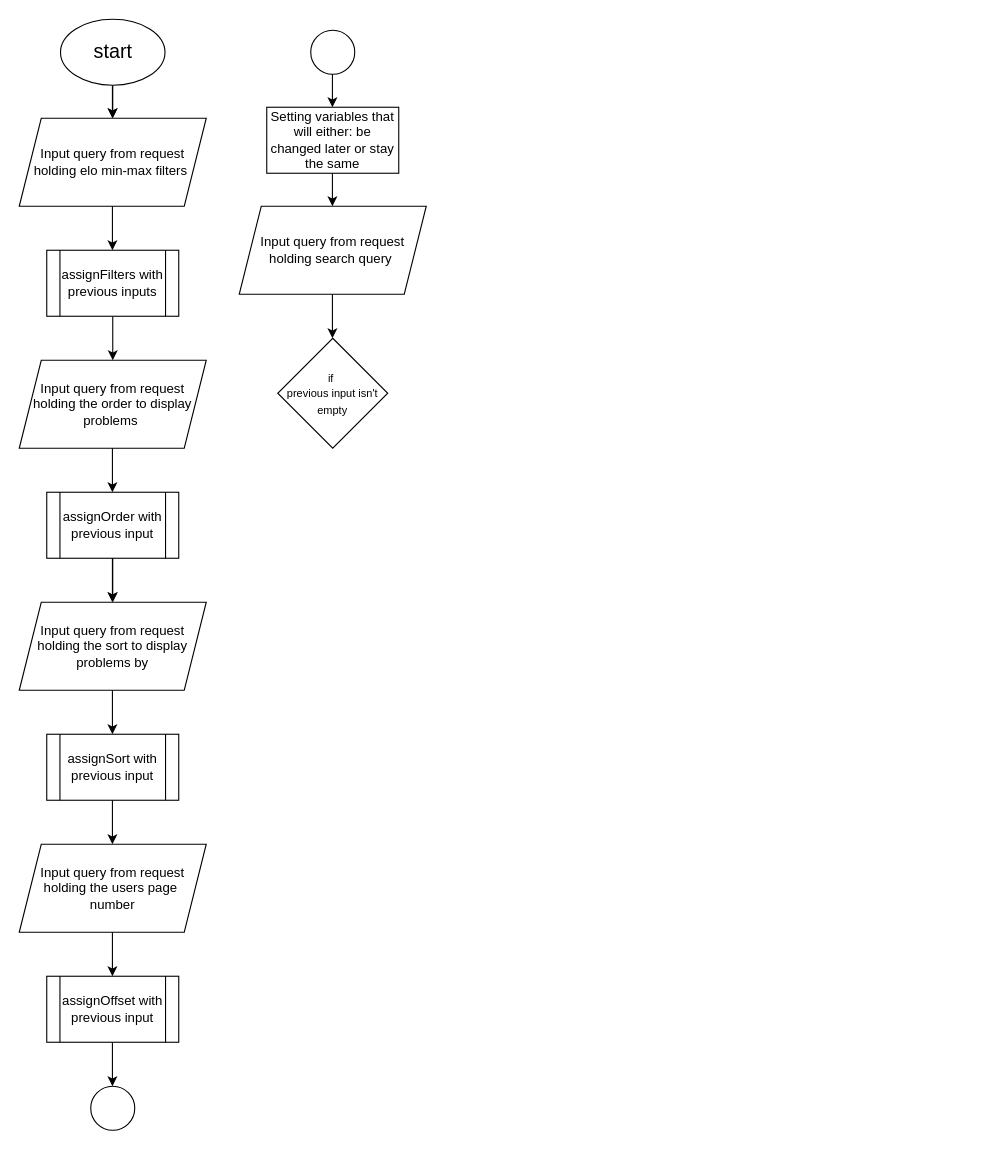
Before: docs/search_flowchart.drawio in c6rg0/NEA, a draw.io diagram. Source tidied: cells renumbered, new cells numbered last; positions are measured from the earlier drawing's top-left corner, leaving out a move shared by most shapes. Both pictures are drawn from the tidied source at 110%, with x=0, y=0 at pixel (19, 19).
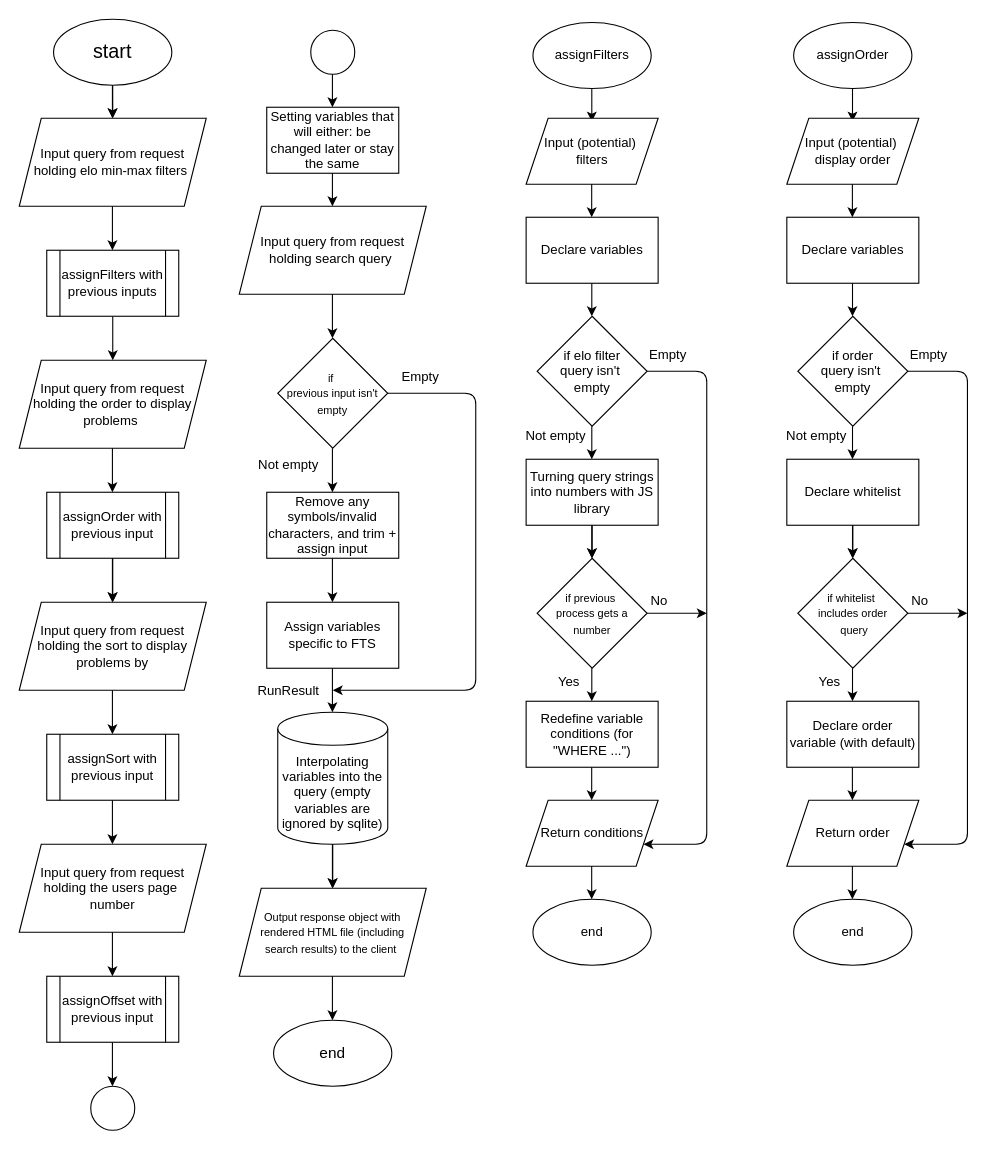
The same page after the edit.

Commit message (it also covers changes not shown here):
+Incomplete search flowchart (also outdated) and documentation. Fully functionized search.route (before it had an if loop in the main branch of logic.

The change refers to these unchanged cells:
```xml
<mxCell id="29" value="&lt;div&gt;&lt;font style=&quot;font-size: 10px;&quot;&gt;if&amp;nbsp;&lt;/font&gt;&lt;/div&gt;&lt;div&gt;&lt;font style=&quot;font-size: 10px;&quot;&gt;previous input isn't empty&lt;/font&gt;&lt;/div&gt;" style="rhombus;whiteSpace=wrap;html=1;" parent="1" vertex="1">
  <mxGeometry x="235" y="290" width="100" height="100" as="geometry" />
</mxCell>
```

Change to the diagram source:
```diff
@@
     <mxCell id="4" value="&lt;font style=&quot;font-size: 18px;&quot;&gt;start&lt;/font&gt;" style="ellipse;whiteSpace=wrap;html=1;" parent="1" vertex="1">
-      <mxGeometry x="37.5" width="95" height="60" as="geometry" />
+      <mxGeometry x="31.2" width="107.5" height="60" as="geometry" />
     </mxCell>
@@
+    <mxCell id="30" style="edgeStyle=orthogonalEdgeStyle;rounded=1;jettySize=auto;html=1;exitX=1;exitY=0.5;exitDx=0;exitDy=0;curved=0;" parent="1" edge="1" source="29">
+      <mxGeometry relative="1" as="geometry">
+        <mxPoint x="285" y="610" as="targetPoint" />
+        <Array as="points">
+          <mxPoint x="415" y="340" />
+        </Array>
+      </mxGeometry>
+    </mxCell>
@@
+    <mxCell id="31" style="edgeStyle=orthogonalEdgeStyle;rounded=0;orthogonalLoop=1;jettySize=auto;html=1;" parent="1" edge="1">
+      <mxGeometry relative="1" as="geometry">
+        <mxPoint x="284.7" y="390" as="sourcePoint" />
+        <mxPoint x="284.7" y="430" as="targetPoint" />
+        <Array as="points">
+          <mxPoint x="284.7" y="414" />
+          <mxPoint x="284.7" y="414" />
+        </Array>
+      </mxGeometry>
+    </mxCell>
+    <mxCell id="32" value="Remove any symbols/invalid characters, and trim + assign input" style="rounded=0;whiteSpace=wrap;html=1;" parent="1" vertex="1">
+      <mxGeometry x="225" y="430" width="120" height="60" as="geometry" />
+    </mxCell>
+    <mxCell id="33" style="edgeStyle=orthogonalEdgeStyle;rounded=0;orthogonalLoop=1;jettySize=auto;html=1;" parent="1" edge="1">
+      <mxGeometry relative="1" as="geometry">
+        <mxPoint x="284.7" y="490" as="sourcePoint" />
+        <mxPoint x="284.7" y="530" as="targetPoint" />
+        <Array as="points">
+          <mxPoint x="284.7" y="514" />
+          <mxPoint x="284.7" y="514" />
+        </Array>
+      </mxGeometry>
+    </mxCell>
+    <mxCell id="34" value="Assign variables specific to FTS" style="rounded=0;whiteSpace=wrap;html=1;" parent="1" vertex="1">
+      <mxGeometry x="225" y="530" width="120" height="60" as="geometry" />
+    </mxCell>
+    <mxCell id="35" style="edgeStyle=orthogonalEdgeStyle;rounded=0;orthogonalLoop=1;jettySize=auto;html=1;" parent="1" edge="1">
+      <mxGeometry relative="1" as="geometry">
+        <mxPoint x="284.7" y="590" as="sourcePoint" />
+        <mxPoint x="284.7" y="630" as="targetPoint" />
+        <Array as="points">
+          <mxPoint x="284.7" y="614" />
+          <mxPoint x="284.7" y="614" />
+        </Array>
+      </mxGeometry>
+    </mxCell>
+    <mxCell id="36" style="edgeStyle=orthogonalEdgeStyle;rounded=0;jettySize=auto;html=1;" parent="1" edge="1" source="37" target="42">
+      <mxGeometry relative="1" as="geometry" />
+    </mxCell>
+    <mxCell id="37" value="Interpolating variables into the query (empty variables are ignored by sqlite)" style="shape=cylinder3;whiteSpace=wrap;html=1;boundedLbl=1;backgroundOutline=1;size=15;" parent="1" vertex="1">
+      <mxGeometry x="235" y="630" width="100" height="120" as="geometry" />
+    </mxCell>
+    <mxCell id="38" value="Not empty" style="text;html=1;whiteSpace=wrap;strokeColor=none;fillColor=none;align=center;verticalAlign=middle;rounded=0;" parent="1" vertex="1">
+      <mxGeometry x="215" y="390" width="60" height="30" as="geometry" />
+    </mxCell>
+    <mxCell id="39" value="Empty" style="text;html=1;whiteSpace=wrap;strokeColor=none;fillColor=none;align=center;verticalAlign=middle;rounded=0;" parent="1" vertex="1">
+      <mxGeometry x="335" y="310" width="60" height="30" as="geometry" />
+    </mxCell>
+    <mxCell id="40" value="RunResult" style="text;html=1;whiteSpace=wrap;strokeColor=none;fillColor=none;align=center;verticalAlign=middle;rounded=0;" parent="1" vertex="1">
+      <mxGeometry x="215" y="596" width="60" height="30" as="geometry" />
+    </mxCell>
+    <mxCell id="41" style="edgeStyle=orthogonalEdgeStyle;rounded=0;orthogonalLoop=1;jettySize=auto;html=1;" parent="1" edge="1">
+      <mxGeometry relative="1" as="geometry">
+        <mxPoint x="284.7" y="750" as="sourcePoint" />
+        <mxPoint x="284.7" y="790" as="targetPoint" />
+        <Array as="points">
+          <mxPoint x="284.7" y="774" />
+          <mxPoint x="284.7" y="774" />
+        </Array>
+      </mxGeometry>
+    </mxCell>
+    <mxCell id="42" value="&lt;div&gt;&lt;font style=&quot;font-size: 10px;&quot;&gt;Output response object with&lt;/font&gt;&lt;/div&gt;&lt;div&gt;&lt;font style=&quot;font-size: 10px;&quot;&gt;&amp;nbsp;rendered HTML file (including&amp;nbsp;&lt;/font&gt;&lt;/div&gt;&lt;div&gt;&lt;font style=&quot;font-size: 10px;&quot;&gt;search results) to the client&amp;nbsp;&lt;/font&gt;&lt;/div&gt;" style="shape=parallelogram;perimeter=parallelogramPerimeter;whiteSpace=wrap;html=1;fixedSize=1;" parent="1" vertex="1">
+      <mxGeometry x="200" y="790" width="170" height="80" as="geometry" />
+    </mxCell>
+    <mxCell id="43" style="edgeStyle=orthogonalEdgeStyle;rounded=0;orthogonalLoop=1;jettySize=auto;html=1;" parent="1" edge="1">
+      <mxGeometry relative="1" as="geometry">
+        <mxPoint x="284.7" y="870" as="sourcePoint" />
+        <mxPoint x="284.7" y="910" as="targetPoint" />
+        <Array as="points">
+          <mxPoint x="284.7" y="894" />
+          <mxPoint x="284.7" y="894" />
+        </Array>
+      </mxGeometry>
+    </mxCell>
+    <mxCell id="44" value="assignFilters" style="ellipse;whiteSpace=wrap;html=1;" parent="1" vertex="1">
+      <mxGeometry x="467" y="3" width="107.5" height="60" as="geometry" />
+    </mxCell>
+    <mxCell id="45" value="&lt;font style=&quot;font-size: 14px;&quot;&gt;end&lt;/font&gt;" style="ellipse;whiteSpace=wrap;html=1;" parent="1" vertex="1">
+      <mxGeometry x="231.2" y="910" width="107.5" height="60" as="geometry" />
+    </mxCell>
+    <mxCell id="46" style="edgeStyle=orthogonalEdgeStyle;rounded=0;orthogonalLoop=1;jettySize=auto;html=1;" parent="1" edge="1">
+      <mxGeometry relative="1" as="geometry">
+        <mxPoint x="520.5" y="63" as="sourcePoint" />
+        <mxPoint x="520.5" y="93" as="targetPoint" />
+      </mxGeometry>
+    </mxCell>
+    <mxCell id="47" value="Declare variables" style="rounded=0;whiteSpace=wrap;html=1;" parent="1" vertex="1">
+      <mxGeometry x="460.8" y="180" width="120" height="60" as="geometry" />
+    </mxCell>
+    <mxCell id="48" style="edgeStyle=orthogonalEdgeStyle;rounded=0;orthogonalLoop=1;jettySize=auto;html=1;" parent="1" edge="1">
+      <mxGeometry relative="1" as="geometry">
+        <mxPoint x="520.5" y="240" as="sourcePoint" />
+        <mxPoint x="520.5" y="270" as="targetPoint" />
+      </mxGeometry>
+    </mxCell>
+    <mxCell id="49" style="edgeStyle=orthogonalEdgeStyle;rounded=1;jettySize=auto;html=1;curved=0;" parent="1" edge="1" source="50" target="66">
+      <mxGeometry relative="1" as="geometry">
+        <Array as="points">
+          <mxPoint x="625" y="320" />
+          <mxPoint x="625" y="750" />
+        </Array>
+      </mxGeometry>
+    </mxCell>
+    <mxCell id="50" value="&lt;div&gt;if elo filter&lt;/div&gt;&lt;div&gt;query isn't&amp;nbsp;&lt;/div&gt;&lt;div&gt;empty&lt;/div&gt;" style="rhombus;whiteSpace=wrap;html=1;" parent="1" vertex="1">
+      <mxGeometry x="470.8" y="270" width="100" height="100" as="geometry" />
+    </mxCell>
+    <mxCell id="51" style="edgeStyle=orthogonalEdgeStyle;rounded=0;orthogonalLoop=1;jettySize=auto;html=1;" parent="1" edge="1">
+      <mxGeometry relative="1" as="geometry">
+        <mxPoint x="520.5" y="370" as="sourcePoint" />
+        <mxPoint x="520.5" y="400" as="targetPoint" />
+      </mxGeometry>
+    </mxCell>
+    <mxCell id="52" style="edgeStyle=orthogonalEdgeStyle;rounded=0;jettySize=auto;html=1;" parent="1" edge="1" source="53" target="55">
+      <mxGeometry relative="1" as="geometry" />
+    </mxCell>
+    <mxCell id="53" value="Turning query strings into numbers with JS library" style="rounded=0;whiteSpace=wrap;html=1;" parent="1" vertex="1">
+      <mxGeometry x="460.8" y="400" width="120" height="60" as="geometry" />
+    </mxCell>
+    <mxCell id="54" style="edgeStyle=orthogonalEdgeStyle;rounded=0;jettySize=auto;html=1;" parent="1" edge="1" source="55">
+      <mxGeometry relative="1" as="geometry">
+        <mxPoint x="625" y="540" as="targetPoint" />
+      </mxGeometry>
+    </mxCell>
+    <mxCell id="55" value="&lt;div&gt;&lt;font style=&quot;font-size: 10px;&quot;&gt;if previous&amp;nbsp;&lt;/font&gt;&lt;/div&gt;&lt;div&gt;&lt;font style=&quot;font-size: 10px;&quot;&gt;process gets a number&lt;/font&gt;&lt;/div&gt;" style="rhombus;whiteSpace=wrap;html=1;" parent="1" vertex="1">
+      <mxGeometry x="470.8" y="490" width="100" height="100" as="geometry" />
+    </mxCell>
+    <mxCell id="56" style="edgeStyle=orthogonalEdgeStyle;rounded=0;orthogonalLoop=1;jettySize=auto;html=1;" parent="1" edge="1">
+      <mxGeometry relative="1" as="geometry">
+        <mxPoint x="520.5" y="460" as="sourcePoint" />
+        <mxPoint x="520.5" y="490" as="targetPoint" />
+      </mxGeometry>
+    </mxCell>
+    <mxCell id="57" style="edgeStyle=orthogonalEdgeStyle;rounded=0;orthogonalLoop=1;jettySize=auto;html=1;" parent="1" edge="1">
+      <mxGeometry relative="1" as="geometry">
+        <mxPoint x="520.5" y="590" as="sourcePoint" />
+        <mxPoint x="520.5" y="620" as="targetPoint" />
+      </mxGeometry>
+    </mxCell>
+    <mxCell id="58" value="Redefine variable conditions (for &quot;WHERE ...&quot;)" style="rounded=0;whiteSpace=wrap;html=1;" parent="1" vertex="1">
+      <mxGeometry x="460.8" y="620" width="120" height="60" as="geometry" />
+    </mxCell>
+    <mxCell id="59" value="&lt;div&gt;Input (potential)&amp;nbsp;&lt;/div&gt;&lt;div&gt;filters&lt;/div&gt;" style="shape=parallelogram;perimeter=parallelogramPerimeter;whiteSpace=wrap;html=1;fixedSize=1;" parent="1" vertex="1">
+      <mxGeometry x="460.8" y="90" width="120" height="60" as="geometry" />
+    </mxCell>
+    <mxCell id="60" style="edgeStyle=orthogonalEdgeStyle;rounded=0;orthogonalLoop=1;jettySize=auto;html=1;" parent="1" edge="1">
+      <mxGeometry relative="1" as="geometry">
+        <mxPoint x="520.4" y="150" as="sourcePoint" />
+        <mxPoint x="520.4" y="180" as="targetPoint" />
+      </mxGeometry>
+    </mxCell>
+    <mxCell id="61" value="Yes" style="text;html=1;whiteSpace=wrap;strokeColor=none;fillColor=none;align=center;verticalAlign=middle;rounded=0;" parent="1" vertex="1">
+      <mxGeometry x="469.8" y="588" width="60" height="30" as="geometry" />
+    </mxCell>
+    <mxCell id="62" value="No" style="text;html=1;whiteSpace=wrap;strokeColor=none;fillColor=none;align=center;verticalAlign=middle;rounded=0;" parent="1" vertex="1">
+      <mxGeometry x="551.8" y="514" width="60" height="30" as="geometry" />
+    </mxCell>
+    <mxCell id="63" value="Empty" style="text;html=1;whiteSpace=wrap;strokeColor=none;fillColor=none;align=center;verticalAlign=middle;rounded=0;" parent="1" vertex="1">
+      <mxGeometry x="559.8" y="290" width="60" height="30" as="geometry" />
+    </mxCell>
+    <mxCell id="64" value="Not empty" style="text;html=1;whiteSpace=wrap;strokeColor=none;fillColor=none;align=center;verticalAlign=middle;rounded=0;" parent="1" vertex="1">
+      <mxGeometry x="458" y="364" width="60" height="30" as="geometry" />
+    </mxCell>
+    <mxCell id="65" style="edgeStyle=orthogonalEdgeStyle;rounded=0;orthogonalLoop=1;jettySize=auto;html=1;" parent="1" edge="1">
+      <mxGeometry relative="1" as="geometry">
+        <mxPoint x="520.4" y="680" as="sourcePoint" />
+        <mxPoint x="520.4" y="710" as="targetPoint" />
+      </mxGeometry>
+    </mxCell>
+    <mxCell id="66" value="Return conditions" style="shape=parallelogram;perimeter=parallelogramPerimeter;whiteSpace=wrap;html=1;fixedSize=1;" parent="1" vertex="1">
+      <mxGeometry x="460.8" y="710" width="120" height="60" as="geometry" />
+    </mxCell>
+    <mxCell id="67" value="end" style="ellipse;whiteSpace=wrap;html=1;" parent="1" vertex="1">
+      <mxGeometry x="467" y="800" width="107.5" height="60" as="geometry" />
+    </mxCell>
+    <mxCell id="68" style="edgeStyle=orthogonalEdgeStyle;rounded=0;orthogonalLoop=1;jettySize=auto;html=1;" parent="1" edge="1">
+      <mxGeometry relative="1" as="geometry">
+        <mxPoint x="520.4" y="770" as="sourcePoint" />
+        <mxPoint x="520.4" y="800" as="targetPoint" />
+      </mxGeometry>
+    </mxCell>
+    <mxCell id="69" value="assignOrder" style="ellipse;whiteSpace=wrap;html=1;" parent="1" vertex="1">
+      <mxGeometry x="704" y="3" width="107.5" height="60" as="geometry" />
+    </mxCell>
+    <mxCell id="70" style="edgeStyle=orthogonalEdgeStyle;rounded=0;orthogonalLoop=1;jettySize=auto;html=1;" parent="1" edge="1">
+      <mxGeometry relative="1" as="geometry">
+        <mxPoint x="757.5" y="63" as="sourcePoint" />
+        <mxPoint x="757.5" y="93" as="targetPoint" />
+      </mxGeometry>
+    </mxCell>
+    <mxCell id="71" value="Declare variables" style="rounded=0;whiteSpace=wrap;html=1;" parent="1" vertex="1">
+      <mxGeometry x="697.8" y="180" width="120" height="60" as="geometry" />
+    </mxCell>
+    <mxCell id="72" style="edgeStyle=orthogonalEdgeStyle;rounded=0;orthogonalLoop=1;jettySize=auto;html=1;" parent="1" edge="1">
+      <mxGeometry relative="1" as="geometry">
+        <mxPoint x="757.5" y="240" as="sourcePoint" />
+        <mxPoint x="757.5" y="270" as="targetPoint" />
+      </mxGeometry>
+    </mxCell>
+    <mxCell id="73" style="edgeStyle=orthogonalEdgeStyle;rounded=1;jettySize=auto;html=1;curved=0;" parent="1" edge="1" source="74" target="90">
+      <mxGeometry relative="1" as="geometry">
+        <Array as="points">
+          <mxPoint x="862" y="320" />
+          <mxPoint x="862" y="750" />
+        </Array>
+      </mxGeometry>
+    </mxCell>
+    <mxCell id="74" value="&lt;div&gt;if order&lt;/div&gt;&lt;div&gt;query isn't&amp;nbsp;&lt;/div&gt;&lt;div&gt;empty&lt;/div&gt;" style="rhombus;whiteSpace=wrap;html=1;" parent="1" vertex="1">
+      <mxGeometry x="707.8" y="270" width="100" height="100" as="geometry" />
+    </mxCell>
+    <mxCell id="75" style="edgeStyle=orthogonalEdgeStyle;rounded=0;orthogonalLoop=1;jettySize=auto;html=1;" parent="1" edge="1">
+      <mxGeometry relative="1" as="geometry">
+        <mxPoint x="757.5" y="370" as="sourcePoint" />
+        <mxPoint x="757.5" y="400" as="targetPoint" />
+      </mxGeometry>
+    </mxCell>
+    <mxCell id="76" style="edgeStyle=orthogonalEdgeStyle;rounded=0;jettySize=auto;html=1;" parent="1" edge="1" source="77" target="79">
+      <mxGeometry relative="1" as="geometry" />
+    </mxCell>
+    <mxCell id="77" value="Declare whitelist" style="rounded=0;whiteSpace=wrap;html=1;" parent="1" vertex="1">
+      <mxGeometry x="697.8" y="400" width="120" height="60" as="geometry" />
+    </mxCell>
+    <mxCell id="78" style="edgeStyle=orthogonalEdgeStyle;rounded=0;jettySize=auto;html=1;" parent="1" edge="1" source="79">
+      <mxGeometry relative="1" as="geometry">
+        <mxPoint x="862" y="540" as="targetPoint" />
+      </mxGeometry>
+    </mxCell>
+    <mxCell id="79" value="&lt;div&gt;&lt;font style=&quot;font-size: 10px;&quot;&gt;if whitelist&amp;nbsp;&lt;/font&gt;&lt;/div&gt;&lt;div&gt;&lt;font style=&quot;font-size: 10px;&quot;&gt;includes order&lt;/font&gt;&lt;/div&gt;&lt;div&gt;&lt;font style=&quot;font-size: 10px;&quot;&gt;&amp;nbsp;query&lt;/font&gt;&lt;/div&gt;" style="rhombus;whiteSpace=wrap;html=1;" parent="1" vertex="1">
+      <mxGeometry x="707.8" y="490" width="100" height="100" as="geometry" />
+    </mxCell>
+    <mxCell id="80" style="edgeStyle=orthogonalEdgeStyle;rounded=0;orthogonalLoop=1;jettySize=auto;html=1;" parent="1" edge="1">
+      <mxGeometry relative="1" as="geometry">
+        <mxPoint x="757.5" y="460" as="sourcePoint" />
+        <mxPoint x="757.5" y="490" as="targetPoint" />
+      </mxGeometry>
+    </mxCell>
+    <mxCell id="81" style="edgeStyle=orthogonalEdgeStyle;rounded=0;orthogonalLoop=1;jettySize=auto;html=1;" parent="1" edge="1">
+      <mxGeometry relative="1" as="geometry">
+        <mxPoint x="757.5" y="590" as="sourcePoint" />
+        <mxPoint x="757.5" y="620" as="targetPoint" />
+      </mxGeometry>
+    </mxCell>
+    <mxCell id="82" value="Declare order variable (with default)" style="rounded=0;whiteSpace=wrap;html=1;" parent="1" vertex="1">
+      <mxGeometry x="697.8" y="620" width="120" height="60" as="geometry" />
+    </mxCell>
+    <mxCell id="83" value="&lt;div&gt;Input (potential)&amp;nbsp;&lt;/div&gt;&lt;div&gt;display order&lt;/div&gt;" style="shape=parallelogram;perimeter=parallelogramPerimeter;whiteSpace=wrap;html=1;fixedSize=1;" parent="1" vertex="1">
+      <mxGeometry x="697.8" y="90" width="120" height="60" as="geometry" />
+    </mxCell>
+    <mxCell id="84" style="edgeStyle=orthogonalEdgeStyle;rounded=0;orthogonalLoop=1;jettySize=auto;html=1;" parent="1" edge="1">
+      <mxGeometry relative="1" as="geometry">
+        <mxPoint x="757.4" y="150" as="sourcePoint" />
+        <mxPoint x="757.4" y="180" as="targetPoint" />
+      </mxGeometry>
+    </mxCell>
+    <mxCell id="85" value="Yes" style="text;html=1;whiteSpace=wrap;strokeColor=none;fillColor=none;align=center;verticalAlign=middle;rounded=0;" parent="1" vertex="1">
+      <mxGeometry x="706.8" y="588" width="60" height="30" as="geometry" />
+    </mxCell>
+    <mxCell id="86" value="No" style="text;html=1;whiteSpace=wrap;strokeColor=none;fillColor=none;align=center;verticalAlign=middle;rounded=0;" parent="1" vertex="1">
+      <mxGeometry x="788.8" y="514" width="60" height="30" as="geometry" />
+    </mxCell>
+    <mxCell id="87" value="Empty" style="text;html=1;whiteSpace=wrap;strokeColor=none;fillColor=none;align=center;verticalAlign=middle;rounded=0;" parent="1" vertex="1">
+      <mxGeometry x="796.8" y="290" width="60" height="30" as="geometry" />
+    </mxCell>
+    <mxCell id="88" value="Not empty" style="text;html=1;whiteSpace=wrap;strokeColor=none;fillColor=none;align=center;verticalAlign=middle;rounded=0;" parent="1" vertex="1">
+      <mxGeometry x="695" y="364" width="60" height="30" as="geometry" />
+    </mxCell>
+    <mxCell id="89" style="edgeStyle=orthogonalEdgeStyle;rounded=0;orthogonalLoop=1;jettySize=auto;html=1;" parent="1" edge="1">
+      <mxGeometry relative="1" as="geometry">
+        <mxPoint x="757.4" y="680" as="sourcePoint" />
+        <mxPoint x="757.4" y="710" as="targetPoint" />
+      </mxGeometry>
+    </mxCell>
+    <mxCell id="90" value="Return order" style="shape=parallelogram;perimeter=parallelogramPerimeter;whiteSpace=wrap;html=1;fixedSize=1;" parent="1" vertex="1">
+      <mxGeometry x="697.8" y="710" width="120" height="60" as="geometry" />
+    </mxCell>
+    <mxCell id="91" value="end" style="ellipse;whiteSpace=wrap;html=1;" parent="1" vertex="1">
+      <mxGeometry x="704" y="800" width="107.5" height="60" as="geometry" />
+    </mxCell>
+    <mxCell id="92" style="edgeStyle=orthogonalEdgeStyle;rounded=0;orthogonalLoop=1;jettySize=auto;html=1;" parent="1" edge="1">
+      <mxGeometry relative="1" as="geometry">
+        <mxPoint x="757.4" y="770" as="sourcePoint" />
+        <mxPoint x="757.4" y="800" as="targetPoint" />
+      </mxGeometry>
+    </mxCell>
```
